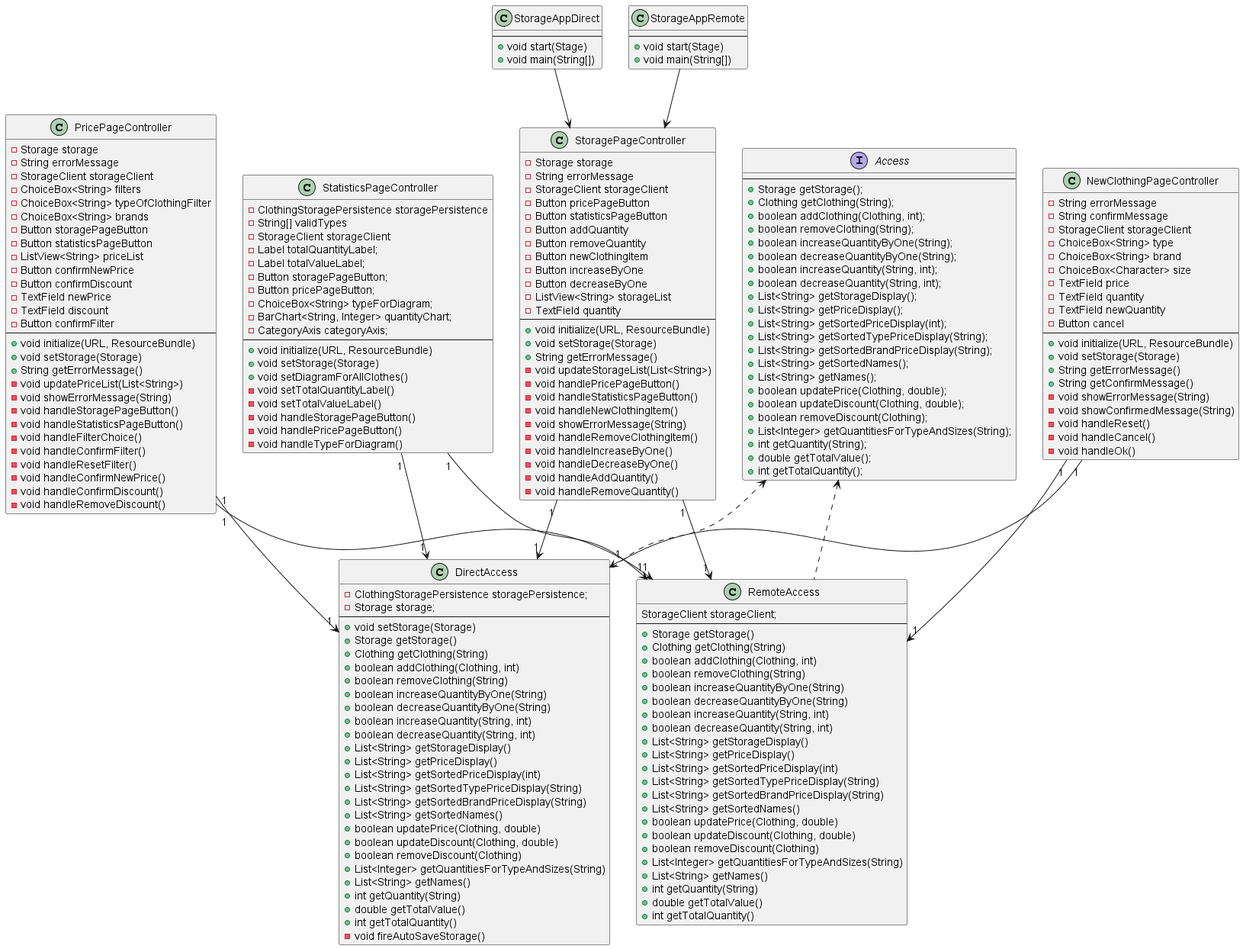
This is docs/release3/diagrams/class-diagrams/uiClassDiagram.png from olejacobmellgren/clothingStorage, a PlantUML export, as it was before one commit.
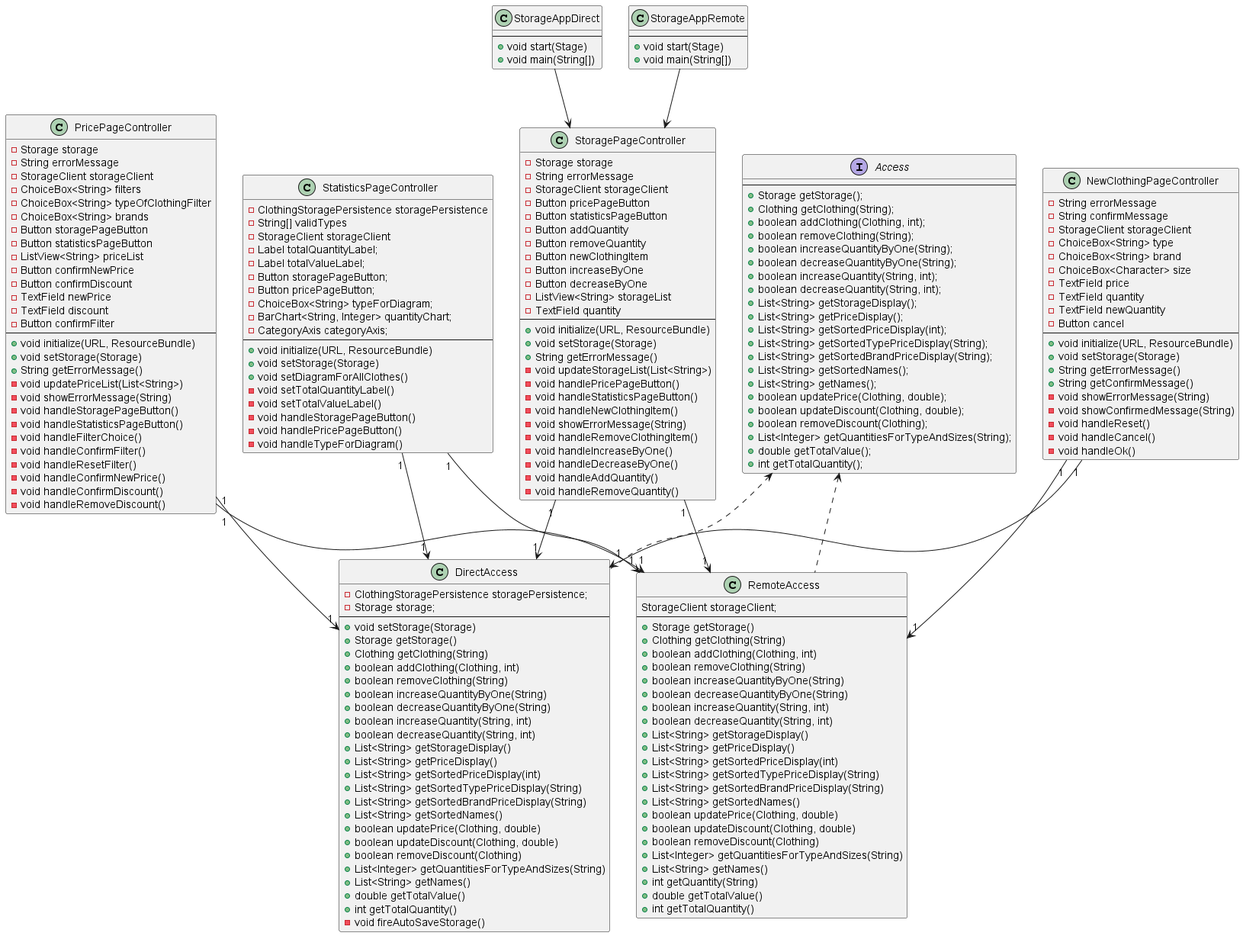
After the change.

Commit message:
#55 removed getQuantity method in interface

What changed in the source:
```diff
@@ -150,7 +150,6 @@
     +boolean removeDiscount(Clothing)
     +List<Integer> getQuantitiesForTypeAndSizes(String)
     +List<String> getNames()
-    +int getQuantity(String)
     +double getTotalValue()
     +int getTotalQuantity()
     -void fireAutoSaveStorage()
@@ -206,7 +205,6 @@
     +boolean updateDiscount(Clothing, double);
     +boolean removeDiscount(Clothing);
     +List<Integer> getQuantitiesForTypeAndSizes(String);
-    +int getQuantity(String);
     +double getTotalValue();
     +int getTotalQuantity();
 }
```
